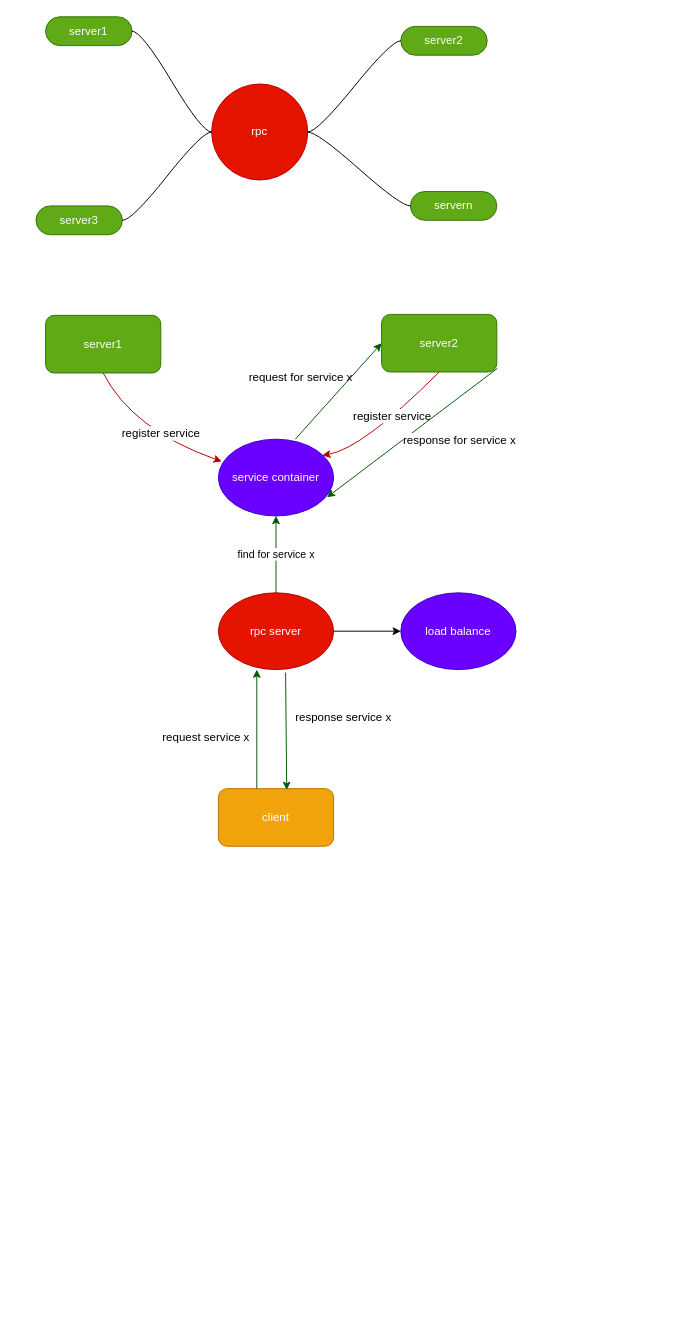
evahsiao/workflow keeps this draw.io diagram as rpc.drawio. Above is the earlier version. Source tidied: cells renumbered, new cells numbered last; positions are measured from the earlier drawing's top-left corner, leaving out a move shared by most shapes. Both pictures are drawn from the tidied source at 96%, with x=0, y=0 at pixel (36, 16).
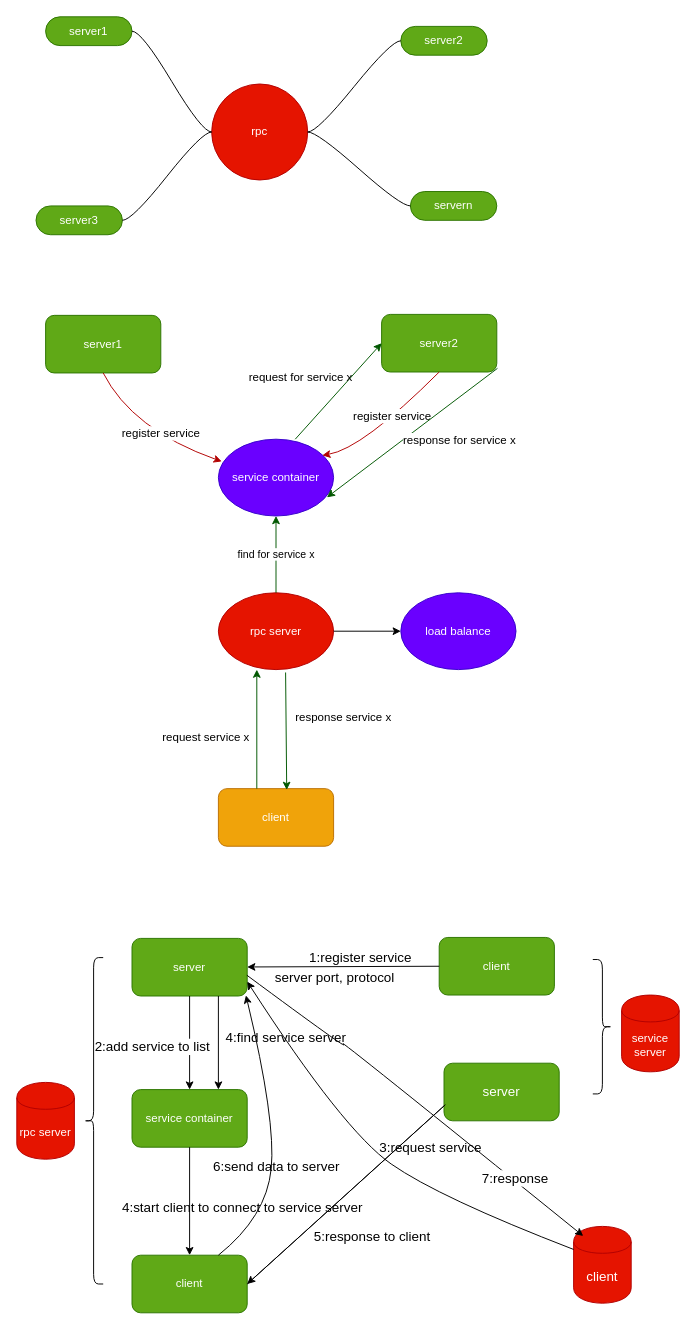
After the change.

Diff of the diagram source:
```diff
@@
+    <mxCell id="31" value="rpc server" style="shape=cylinder;whiteSpace=wrap;html=1;boundedLbl=1;backgroundOutline=1;fillColor=#e51400;strokeColor=#B20000;fontColor=#ffffff;" parent="1" vertex="1">
+      <mxGeometry x="-20" y="1110" width="60" height="80" as="geometry" />
+    </mxCell>
+    <mxCell id="32" value="server" style="rounded=1;whiteSpace=wrap;html=1;fillColor=#60a917;strokeColor=#2D7600;fontColor=#ffffff;" parent="1" vertex="1">
+      <mxGeometry x="100" y="960" width="120" height="60" as="geometry" />
+    </mxCell>
+    <mxCell id="33" value="client" style="rounded=1;whiteSpace=wrap;html=1;fillColor=#60a917;strokeColor=#2D7600;fontColor=#ffffff;" parent="1" vertex="1">
+      <mxGeometry x="100" y="1290" width="120" height="60" as="geometry" />
+    </mxCell>
+    <mxCell id="34" value="service server" style="shape=cylinder;whiteSpace=wrap;html=1;boundedLbl=1;backgroundOutline=1;fillColor=#e51400;strokeColor=#B20000;fontColor=#ffffff;" parent="1" vertex="1">
+      <mxGeometry x="610" y="1019" width="60" height="80" as="geometry" />
+    </mxCell>
+    <mxCell id="35" value="service container" style="rounded=1;whiteSpace=wrap;html=1;fillColor=#60a917;strokeColor=#2D7600;fontColor=#ffffff;" parent="1" vertex="1">
+      <mxGeometry x="100" y="1117.5" width="120" height="60" as="geometry" />
+    </mxCell>
+    <mxCell id="36" style="shape=curlyBracket;whiteSpace=wrap;html=1;rounded=1;direction=east;" parent="1" vertex="1">
+      <mxGeometry x="50" y="980" width="20" height="340" as="geometry" />
+    </mxCell>
+    <mxCell id="37" value="client" style="rounded=1;whiteSpace=wrap;html=1;fillColor=#60a917;strokeColor=#2D7600;fontColor=#ffffff;" parent="1" vertex="1">
+      <mxGeometry x="420" y="959" width="120" height="60" as="geometry" />
+    </mxCell>
+    <mxCell id="38" style="endArrow=classic;html=1;exitX=0;exitY=0.5;exitDx=0;exitDy=0;" parent="1" edge="1" source="37" target="32">
+      <mxGeometry relative="1" as="geometry" />
+    </mxCell>
+    <mxCell id="39" value="server port, protocol" style="text;html=1;align=center;verticalAlign=middle;labelBackgroundColor=#ffffff;fontSize=14;" parent="38" vertex="1">
+      <mxGeometry x="0.34" y="2" relative="1" as="geometry">
+        <mxPoint x="24" y="8.5" as="offset" />
+      </mxGeometry>
+    </mxCell>
+    <mxCell id="40" value="1:register service" style="text;html=1;align=left;verticalAlign=top;spacingTop=-4;fontSize=14;" parent="1" vertex="1">
+      <mxGeometry x="283" y="969" width="140" height="20" as="geometry" />
+    </mxCell>
+    <mxCell id="41" value="server" style="rounded=1;whiteSpace=wrap;html=1;fontSize=14;fillColor=#60a917;strokeColor=#2D7600;fontColor=#ffffff;" parent="1" vertex="1">
+      <mxGeometry x="425" y="1090" width="120" height="60" as="geometry" />
+    </mxCell>
+    <mxCell id="42" style="endArrow=classic;html=1;fontSize=14;exitX=0.5;exitY=1;exitDx=0;exitDy=0;entryX=0.5;entryY=0;entryDx=0;entryDy=0;" parent="1" edge="1" source="32" target="35">
+      <mxGeometry relative="1" as="geometry" />
+    </mxCell>
+    <mxCell id="43" value="2:add service to list" style="text;html=1;align=center;verticalAlign=middle;labelBackgroundColor=#ffffff;fontSize=14;" parent="42" vertex="1">
+      <mxGeometry x="-0.41" y="4" relative="1" as="geometry">
+        <mxPoint x="-44" y="23" as="offset" />
+      </mxGeometry>
+    </mxCell>
+    <mxCell id="44" value="client" style="shape=cylinder;whiteSpace=wrap;html=1;boundedLbl=1;backgroundOutline=1;fontSize=14;fillColor=#e51400;strokeColor=#B20000;fontColor=#ffffff;" parent="1" vertex="1">
+      <mxGeometry x="560" y="1260" width="60" height="80" as="geometry" />
+    </mxCell>
+    <mxCell id="45" style="endArrow=classic;html=1;fontSize=14;exitX=0.5;exitY=1;exitDx=0;exitDy=0;entryX=0.5;entryY=0;entryDx=0;entryDy=0;" parent="1" edge="1" source="35" target="33">
+      <mxGeometry relative="1" as="geometry" />
+    </mxCell>
+    <mxCell id="46" value="4:start client to connect to service server" style="text;html=1;align=left;verticalAlign=top;spacingTop=-4;fontSize=14;" parent="1" vertex="1">
+      <mxGeometry x="88" y="1229" width="300" height="20" as="geometry" />
+    </mxCell>
+    <mxCell id="47" style="curved=1;endArrow=classic;html=1;fontSize=14;exitX=0;exitY=0.3;exitDx=0;exitDy=0;entryX=1;entryY=0.75;entryDx=0;entryDy=0;" parent="1" edge="1" source="44" target="32">
+      <mxGeometry relative="1" as="geometry">
+        <Array as="points">
+          <mxPoint x="420" y="1230" />
+          <mxPoint x="320" y="1160" />
+        </Array>
+      </mxGeometry>
+    </mxCell>
+    <mxCell id="48" value="3:request service" style="text;html=1;align=left;verticalAlign=top;spacingTop=-4;fontSize=14;" parent="1" vertex="1">
+      <mxGeometry x="356" y="1167" width="140" height="20" as="geometry" />
+    </mxCell>
+    <mxCell id="49" style="endArrow=classic;html=1;fontSize=14;exitX=0.75;exitY=1;exitDx=0;exitDy=0;entryX=0.75;entryY=0;entryDx=0;entryDy=0;" parent="1" edge="1" source="32" target="35">
+      <mxGeometry relative="1" as="geometry" />
+    </mxCell>
+    <mxCell id="50" value="4:find service server" style="text;html=1;align=left;verticalAlign=top;spacingTop=-4;fontSize=14;" parent="1" vertex="1">
+      <mxGeometry x="196" y="1052" width="160" height="20" as="geometry" />
+    </mxCell>
+    <mxCell id="51" style="shape=curlyBracket;whiteSpace=wrap;html=1;rounded=1;fontSize=14;direction=west;" parent="1" vertex="1">
+      <mxGeometry x="580" y="982" width="20" height="140" as="geometry" />
+    </mxCell>
+    <mxCell id="52" style="endArrow=classic;html=1;fontSize=14;exitX=1;exitY=0.5;exitDx=0;exitDy=0;entryX=1;entryY=0.5;entryDx=0;entryDy=0;" parent="1" edge="1" source="33" target="33">
+      <mxGeometry relative="1" as="geometry">
+        <Array as="points">
+          <mxPoint x="430" y="1130" />
+        </Array>
+      </mxGeometry>
+    </mxCell>
+    <mxCell id="53" value="5:response to client" style="text;html=1;align=center;verticalAlign=middle;labelBackgroundColor=#ffffff;fontSize=14;" parent="52" vertex="1">
+      <mxGeometry x="-0.01" y="3" relative="1" as="geometry">
+        <mxPoint x="-76.5" y="141" as="offset" />
+      </mxGeometry>
+    </mxCell>
+    <mxCell id="54" style="curved=1;endArrow=classic;html=1;fontSize=14;entryX=0.989;entryY=0.989;entryDx=0;entryDy=0;entryPerimeter=0;exitX=0.75;exitY=0;exitDx=0;exitDy=0;" parent="1" edge="1" source="33" target="32">
+      <mxGeometry relative="1" as="geometry">
+        <Array as="points">
+          <mxPoint x="240" y="1250" />
+          <mxPoint x="250" y="1150" />
+        </Array>
+      </mxGeometry>
+    </mxCell>
+    <mxCell id="55" value="6:send data to server" style="text;html=1;align=left;verticalAlign=top;spacingTop=-4;fontSize=14;" parent="1" vertex="1">
+      <mxGeometry x="183" y="1187" width="170" height="20" as="geometry" />
+    </mxCell>
+    <mxCell id="56" style="curved=1;endArrow=classic;html=1;fontSize=14;exitX=0.997;exitY=0.639;exitDx=0;exitDy=0;exitPerimeter=0;" parent="1" edge="1" source="32">
+      <mxGeometry relative="1" as="geometry">
+        <mxPoint x="570" y="1270" as="targetPoint" />
+        <Array as="points">
+          <mxPoint x="330" y="1080" />
+          <mxPoint x="310" y="1060" />
+        </Array>
+      </mxGeometry>
+    </mxCell>
+    <mxCell id="57" value="7:response" style="text;html=1;align=center;verticalAlign=middle;labelBackgroundColor=#ffffff;fontSize=14;" parent="56" vertex="1">
+      <mxGeometry x="0.63" y="3" relative="1" as="geometry">
+        <mxPoint x="-1" as="offset" />
+      </mxGeometry>
+    </mxCell>
```
